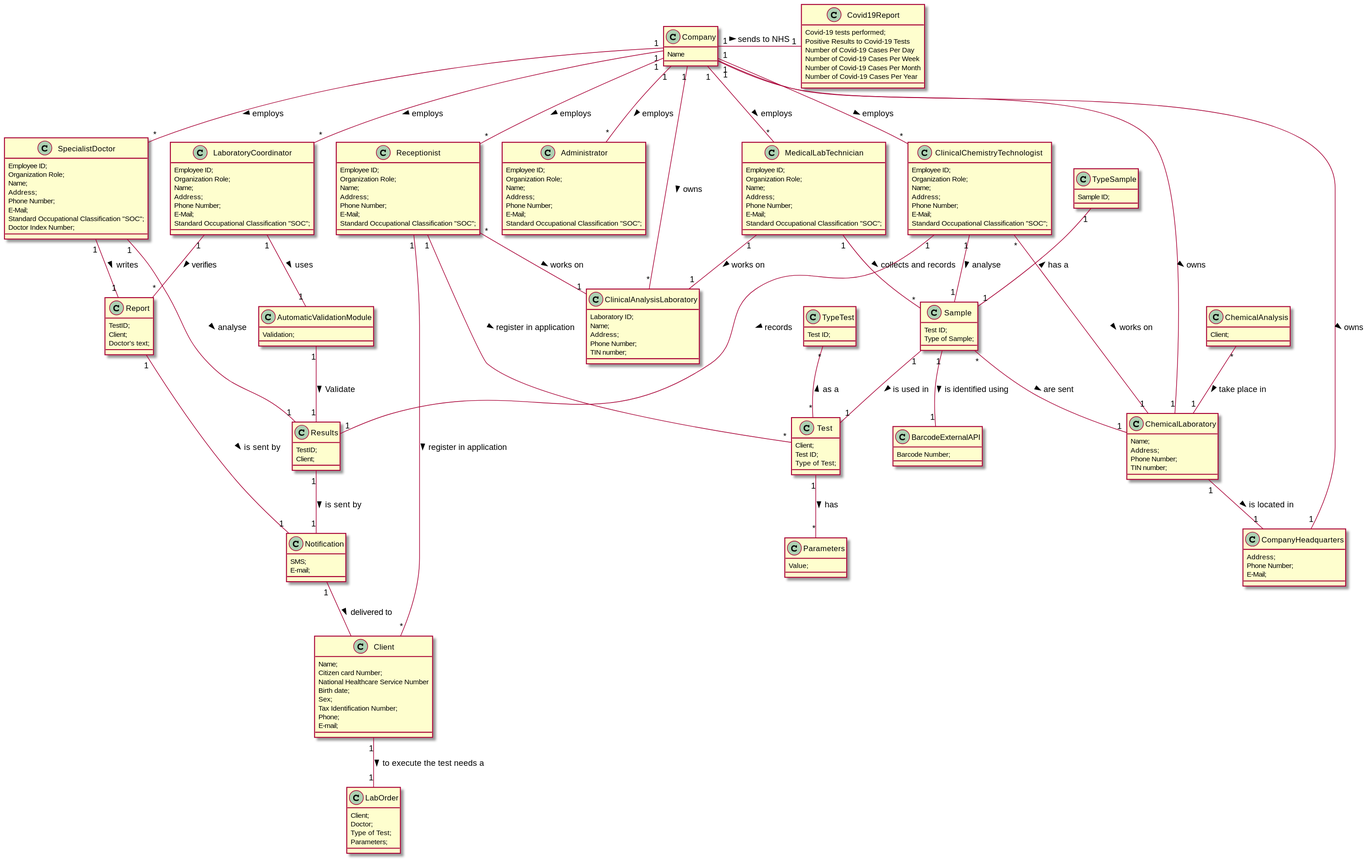
Before: docs/SprintB/DM.svg, a diagram exported from PlantUML (MarianaCLages/LAPR2).
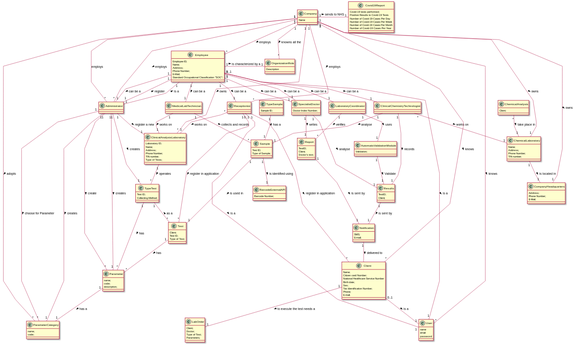
Above is the later version.

The edit, as a diff of the source:
```diff
@@ -1,4 +1,8 @@
 @startuml
+
+
+skinparam linetype polyline
+
 
 class Covid19Report{
 Covid-19 tests performed;
@@ -22,6 +26,7 @@
 
 class TypeTest{
 Test ID;
+Collecting Method;
 }
 
 
@@ -33,68 +38,27 @@
 Sex;
 Tax Identification Number;
 Phone;
-E-mail;
+E-mail.
 }
 
 class Receptionist{
-Employee ID;
-Organization Role;
-Name;
-Address;
-Phone Number;
-E-Mail;
-Standard Occupational Classification "SOC";
 }
 
 class MedicalLabTechnician{
-Employee ID;
-Organization Role;
-Name;
-Address;
-Phone Number;
-E-Mail;
-Standard Occupational Classification "SOC";
 }
 
 class SpecialistDoctor{
-Employee ID;
-Organization Role;
-Name;
-Address;
-Phone Number;
-E-Mail;
-Standard Occupational Classification "SOC";
+
 Doctor Index Number;
 }
 
 class Administrator{
-Employee ID;
-Organization Role;
-Name;
-Address;
-Phone Number;
-E-Mail;
-Standard Occupational Classification "SOC";
 }
 
 class ClinicalChemistryTechnologist{
-Employee ID;
-Organization Role;
-Name;
-Address;
-Phone Number;
-E-Mail;
-Standard Occupational Classification "SOC";
 }
 
 class LaboratoryCoordinator{
-Employee ID;
-Organization Role;
-Name;
-Address;
-Phone Number;
-E-Mail;
-Standard Occupational Classification "SOC";
 }
 
 class ClinicalAnalysisLaboratory{
@@ -103,6 +67,7 @@
 Address;
 Phone Number;
 TIN number;
+Type of Tests;
 }
 
 class ChemicalLaboratory{
@@ -162,46 +127,92 @@
 Validation;
 }
 
-class Parameters{
-Value;
+class Parameter{
+name;
+code;
+description;
 }
 
+class ParameterCategory{
+name;
+code;
+}
+
+class Employee{
+Employee ID;
+Name;
+Address;
+Phone Number;
+E-Mail;
+Standard Occupational Classification "SOC";
+}
+
+class User{
+name
+email
+password
+}
+
+class OrganizationRole{
+Description
+}
+
+Administrator "1" -- "*" Parameter : create >
+Administrator "1" -- "*" ParameterCategory : choose for Parameter >
+Administrator "1" -- "1" ClinicalAnalysisLaboratory : register a new >
+Administrator "1" -- "1" Employee: register >
+Administrator "1" -- "1" Parameter : creates >
+Administrator "1" -- "1" TypeTest: creates >
+Administrator "1" -- "1" ParameterCategory : creates >
+Administrator"1" -- "1" Employee: is a >
 AutomaticValidationModule "1" -- "1" Results : Validate >
 ChemicalAnalysis "*" -- "1" ChemicalLaboratory : take place in >
 ChemicalLaboratory "1" -- "1" CompanyHeadquarters: is located in >
+Client "0..1" -- "1" User: is a >
 Client "1" -- "1" LabOrder: to execute the test needs a  >
+ClinicalAnalysisLaboratory "1" -- "*" TypeTest : operates >
 ClinicalChemistryTechnologist "*" -- "1" ChemicalLaboratory : works on >
 ClinicalChemistryTechnologist "1" -- "1" Results : records >
 ClinicalChemistryTechnologist "1" -- "1" Sample : analyse >
+Company "1" - "*" OrganizationRole: knowns all the >
 Company "1" - "1" Covid19Report: sends to NHS >
+Company "1" -- "*" Administrator : employs
 Company "1" -- "*" Administrator: employs >
+Company "1" -- "*" Client: knows >
 Company "1" -- "*" ClinicalAnalysisLaboratory: owns >
-Company "1" -- "*" ClinicalChemistryTechnologist: employs >
-Company "1" -- "*" LaboratoryCoordinator: employs >
-Company "1" -- "*" MedicalLabTechnician: employs >
-Company "1" -- "*" Receptionist: employs  >
-Company "1" -- "*" SpecialistDoctor: employs >
+Company "1" -- "*" Employee: employs >
+Company "1" -- "*" ParameterCategory : adopts >
+Company "1" -- "*" Receptionist: employs >
+Company "1" -- "*" User: knows >
 Company "1" -- "1" ChemicalLaboratory: owns >
 Company "1" -- "1" CompanyHeadquarters: owns >
+Employee "1" - "1" OrganizationRole: is characterized by a  >
+Employee "1" -- "1" Administrator: can be a >
+Employee "1" -- "1" ClinicalChemistryTechnologist: can be a >
+Employee "1" -- "1" LaboratoryCoordinator: can be a >
+Employee "1" -- "1" MedicalLabTechnician: can be a >
+Employee "1" -- "1" Receptionist: can be a >
+Employee "1" -- "1" SpecialistDoctor: can be a >
+Employee "1" -- "1" SpecialistDoctor: can be a >
+Employee "0..1" -- "1" User: is a >
 LaboratoryCoordinator "1" -- "*" Report: verifies >
 LaboratoryCoordinator "1" -- "1" AutomaticValidationModule : uses >
 MedicalLabTechnician "1" -- "*" Sample: collects and records >
 MedicalLabTechnician "1" -- "1" ClinicalAnalysisLaboratory : works on >
 Notification "1" -- Client : delivered to >
+Parameter "1" -- "1" ParameterCategory : has a >
 Receptionist "*" -- "1" ClinicalAnalysisLaboratory: works on >
+Receptionist "0..1" -- "1" User: is a >
 Receptionist "1" -- "*" Client: register in application >
 Receptionist "1" -- "*" Test: register in application >
 Report "1" -- "1" Notification : is sent by >
 Results "1" -- "1" Notification : is sent by >
-Sample "*" -- "1" ChemicalLaboratory: are sent >
 Sample "1" -- "1" BarcodeExternalAPI : is identified using >
 Sample "1" -- "1" Test : is used in >
 SpecialistDoctor "1" -- "1" Report: writes >
 SpecialistDoctor "1" -- "1" Results: analyse >
-Test "1" -- "*" Parameters : has >
+Test "1" -- "*" Parameter : has >
+TypeTest "1" -- "*" Parameter : has >
 TypeSample "1" -- "1" Sample: has a <
-TypeTest "*" -- "*" Test : as a <
-
-
-
+TypeTest "1" -- "*" Test : as a <
 @enduml
```
